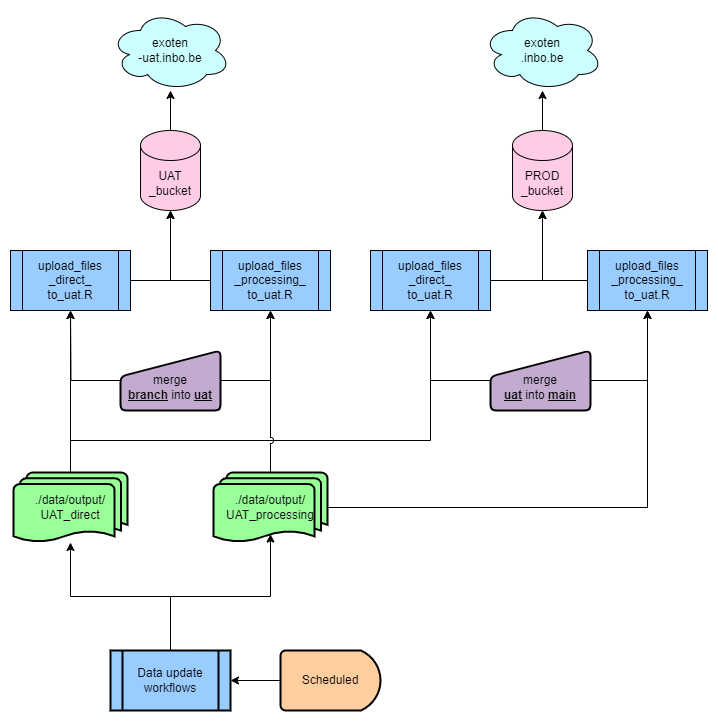
This is docs/aspbo_flows-upload_files.drawio.png from inbo/aspbo, a draw.io export, as it was before one commit. Source tidied: cells renumbered, new cells last; positions are measured from the earlier drawing's top-left corner, leaving out a move shared by most shapes.
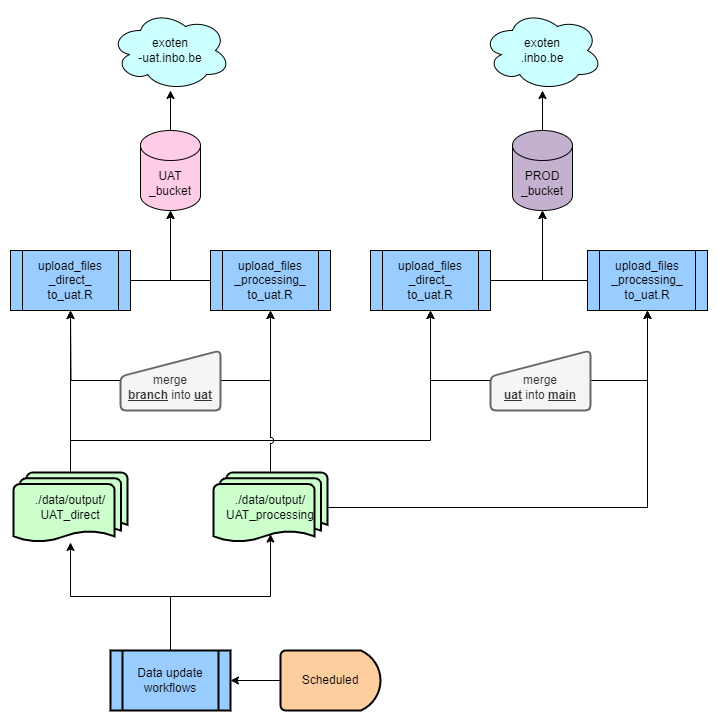
Later version of the same file.

Commit message:
Change colours of upload_files pane

The edit, as a diff of the source:
```diff
@@ -23,7 +23,7 @@
     <mxCell id="8" style="edgeStyle=orthogonalEdgeStyle;rounded=0;jettySize=auto;html=1;" parent="1" edge="1" source="9" target="11">
       <mxGeometry relative="1" as="geometry" />
     </mxCell>
-    <mxCell id="9" value="PROD&lt;br&gt;_bucket" style="shape=cylinder3;whiteSpace=wrap;html=1;boundedLbl=1;backgroundOutline=1;size=15;fillColor=#FFCCE6;" parent="1" vertex="1">
+    <mxCell id="9" value="PROD&lt;br&gt;_bucket" style="shape=cylinder3;whiteSpace=wrap;html=1;boundedLbl=1;backgroundOutline=1;size=15;fillColor=#C4B0CF;" parent="1" vertex="1">
       <mxGeometry x="502" y="120" width="60" height="80" as="geometry" />
     </mxCell>
     <mxCell id="10" value="exoten&lt;div&gt;-uat.inbo.be&lt;/div&gt;" style="ellipse;shape=cloud;whiteSpace=wrap;html=1;fillColor=#CCFFFF;" parent="1" vertex="1">
@@ -46,7 +46,7 @@
         </Array>
       </mxGeometry>
     </mxCell>
-    <mxCell id="14" value="&lt;br&gt;merge &lt;b&gt;&lt;u&gt;uat&lt;/u&gt;&lt;/b&gt;&amp;nbsp;into&amp;nbsp;&lt;b&gt;&lt;u&gt;main&lt;/u&gt;&lt;/b&gt;" style="html=1;strokeWidth=2;shape=manualInput;whiteSpace=wrap;rounded=1;size=26;arcSize=11;fillColor=#C3ABD0;" parent="1" vertex="1">
+    <mxCell id="14" value="&lt;br&gt;merge &lt;b&gt;&lt;u&gt;uat&lt;/u&gt;&lt;/b&gt;&amp;nbsp;into&amp;nbsp;&lt;b&gt;&lt;u&gt;main&lt;/u&gt;&lt;/b&gt;" style="html=1;strokeWidth=2;shape=manualInput;whiteSpace=wrap;rounded=1;size=26;arcSize=11;fillColor=#f5f5f5;fontColor=#333333;strokeColor=#666666;" parent="1" vertex="1">
       <mxGeometry x="480" y="340" width="100" height="60" as="geometry" />
     </mxCell>
     <mxCell id="15" style="edgeStyle=orthogonalEdgeStyle;rounded=0;jettySize=auto;html=1;" parent="1" edge="1" source="17" target="2">
@@ -60,7 +60,7 @@
         </Array>
       </mxGeometry>
     </mxCell>
-    <mxCell id="17" value="./data/output/&lt;br&gt;UAT_direct" style="strokeWidth=2;html=1;shape=mxgraph.flowchart.multi-document;whiteSpace=wrap;fillColor=#99FF99;" parent="1" vertex="1">
+    <mxCell id="17" value="./data/output/&lt;br&gt;UAT_direct" style="strokeWidth=2;html=1;shape=mxgraph.flowchart.multi-document;whiteSpace=wrap;fillColor=#CCFFCC;" parent="1" vertex="1">
       <mxGeometry x="3" y="462" width="114" height="70" as="geometry" />
     </mxCell>
     <mxCell id="18" style="edgeStyle=orthogonalEdgeStyle;rounded=0;jettySize=auto;html=1;jumpStyle=arc;" parent="1" edge="1" source="20" target="3">
@@ -69,7 +69,7 @@
     <mxCell id="19" style="edgeStyle=orthogonalEdgeStyle;rounded=0;jettySize=auto;html=1;entryX=0.5;entryY=1;entryDx=0;entryDy=0;" parent="1" edge="1" source="20" target="31">
       <mxGeometry relative="1" as="geometry" />
     </mxCell>
-    <mxCell id="20" value="./data/output/&lt;br&gt;UAT_processing" style="strokeWidth=2;html=1;shape=mxgraph.flowchart.multi-document;whiteSpace=wrap;fillColor=#99FF99;" parent="1" vertex="1">
+    <mxCell id="20" value="./data/output/&lt;br&gt;UAT_processing" style="strokeWidth=2;html=1;shape=mxgraph.flowchart.multi-document;whiteSpace=wrap;fillColor=#CCFFCC;" parent="1" vertex="1">
       <mxGeometry x="203" y="462" width="114" height="70" as="geometry" />
     </mxCell>
     <mxCell id="21" style="edgeStyle=orthogonalEdgeStyle;rounded=0;jettySize=auto;html=1;exitX=1;exitY=0.5;exitDx=0;exitDy=0;entryX=0.5;entryY=1;entryDx=0;entryDy=0;" parent="1" edge="1" source="23" target="3">
@@ -80,7 +80,7 @@
         <mxPoint x="60" y="300" as="targetPoint" />
       </mxGeometry>
     </mxCell>
-    <mxCell id="23" value="&lt;br&gt;merge &lt;b&gt;&lt;u&gt;branch&lt;/u&gt;&lt;/b&gt;&amp;nbsp;into &lt;b&gt;&lt;u&gt;uat&lt;/u&gt;&lt;/b&gt;" style="html=1;strokeWidth=2;shape=manualInput;whiteSpace=wrap;rounded=1;size=26;arcSize=11;fillColor=#C3ABD0;" parent="1" vertex="1">
+    <mxCell id="23" value="&lt;br&gt;merge &lt;b&gt;&lt;u&gt;branch&lt;/u&gt;&lt;/b&gt;&amp;nbsp;into &lt;b&gt;&lt;u&gt;uat&lt;/u&gt;&lt;/b&gt;" style="html=1;strokeWidth=2;shape=manualInput;whiteSpace=wrap;rounded=1;size=26;arcSize=11;fillColor=#f5f5f5;fontColor=#333333;strokeColor=#666666;" parent="1" vertex="1">
       <mxGeometry x="110" y="340" width="100" height="60" as="geometry" />
     </mxCell>
     <mxCell id="24" style="edgeStyle=orthogonalEdgeStyle;rounded=0;jettySize=auto;html=1;" parent="1" edge="1" source="25" target="17">
```
